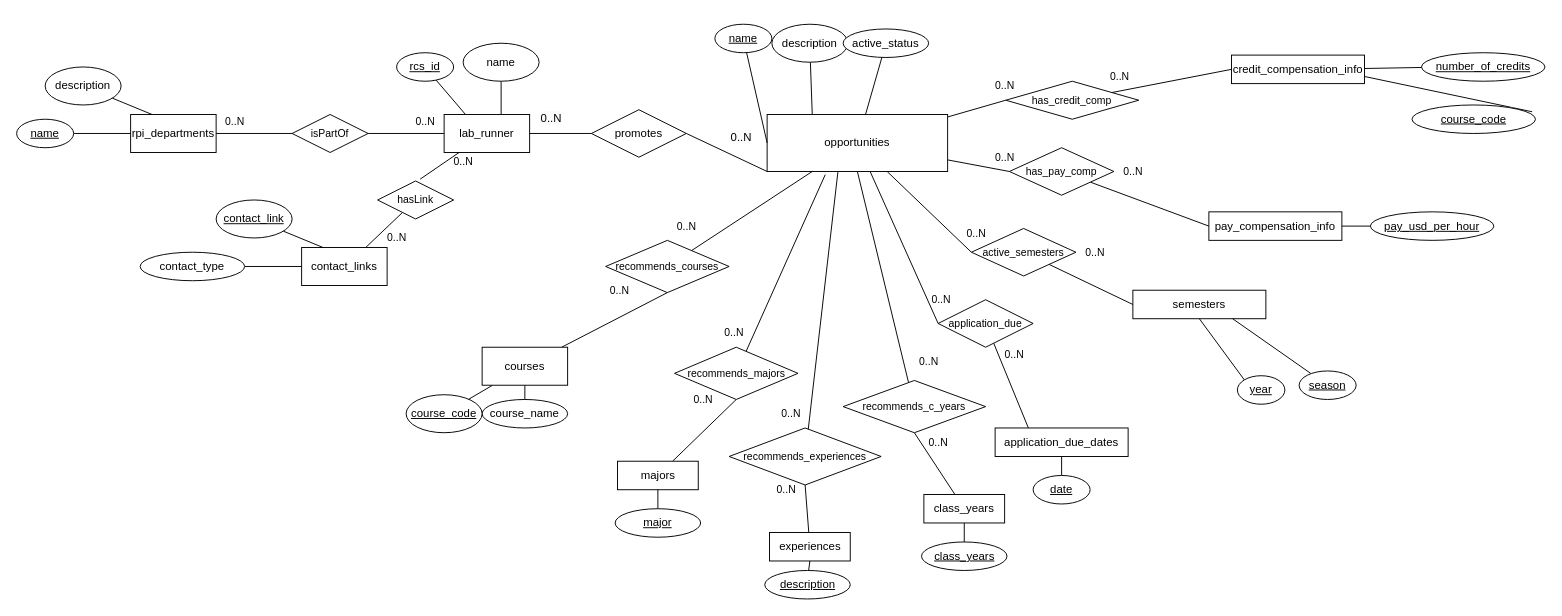
This is docs/database_docs/phase2_erd_sunny.drawio from LabConnect-RCOS/LabConnect-Backend, a draw.io file, before an edit. Source tidied: cells renumbered, new cells numbered last; positions are measured from the earlier drawing's top-left corner, leaving out a move shared by most shapes. Both pictures are drawn from the tidied source at 95%, with x=0, y=0 at pixel (16, 24).
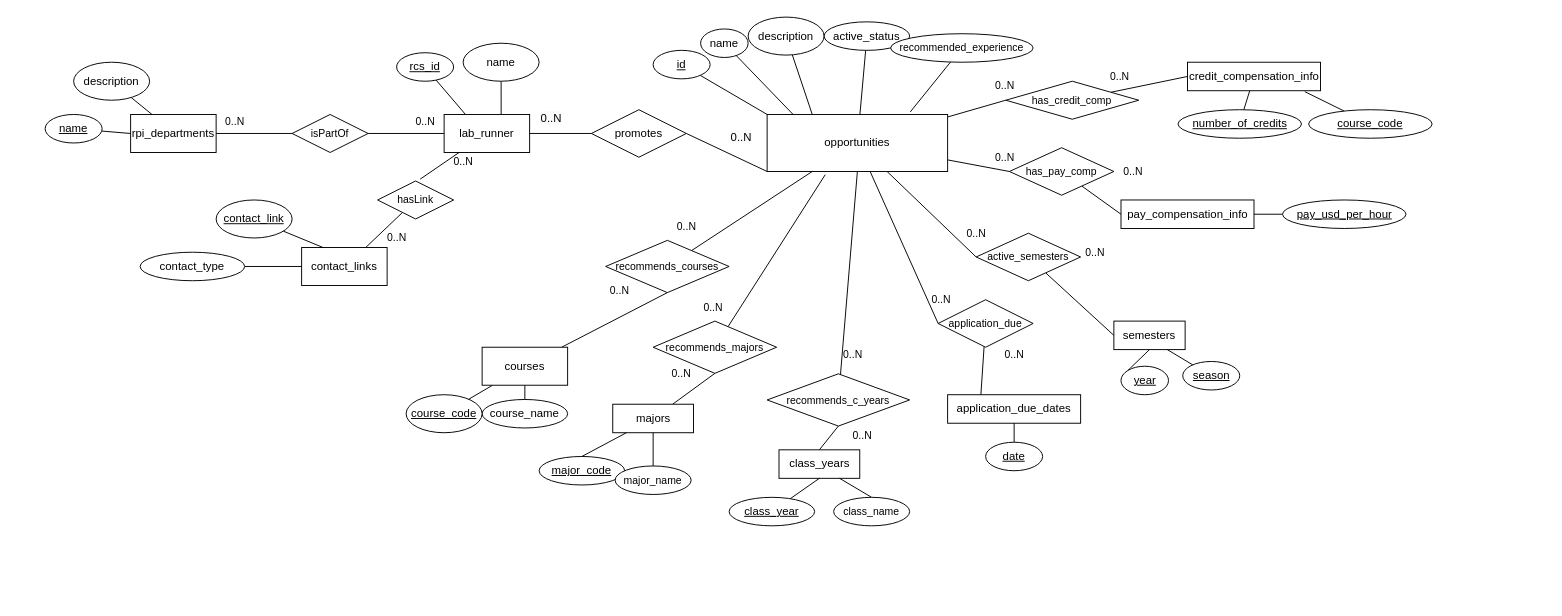
The same diagram, later.

Commit message (it also covers changes not shown here):
Changed schema according to discussion

Unchanged cells that the change refers to:
```xml
<mxCell id="6" value="opportunities" style="rounded=0;whiteSpace=wrap;html=1;" parent="1" vertex="1">
  <mxGeometry x="790" y="95" width="190" height="60" as="geometry" />
</mxCell>
```

Change to the diagram source:
```diff
@@
-    <mxCell id="7" style="rounded=0;jettySize=auto;html=1;entryX=0;entryY=0.5;entryDx=0;entryDy=0;endArrow=none;endFill=0;" parent="1" edge="1" source="8" target="6">
+    <mxCell id="7" style="rounded=0;jettySize=auto;html=1;entryX=0;entryY=0;entryDx=0;entryDy=0;endArrow=none;endFill=0;" parent="1" edge="1" source="8" target="6">
       <mxGeometry relative="1" as="geometry" />
     </mxCell>
-    <mxCell id="8" value="&lt;u&gt;name&lt;/u&gt;" style="ellipse;whiteSpace=wrap;html=1;" parent="1" vertex="1">
-      <mxGeometry x="735" width="60" height="30" as="geometry" />
+    <mxCell id="8" value="&lt;u&gt;id&lt;/u&gt;" style="ellipse;whiteSpace=wrap;html=1;" parent="1" vertex="1">
+      <mxGeometry x="670" y="27.5" width="60" height="30" as="geometry" />
     </mxCell>
@@
     <mxCell id="10" value="description" style="ellipse;whiteSpace=wrap;html=1;" parent="1" vertex="1">
-      <mxGeometry x="795" width="80" height="40" as="geometry" />
+      <mxGeometry x="770" y="-7.5" width="80" height="40" as="geometry" />
     </mxCell>
@@
     <mxCell id="12" value="active_status" style="ellipse;whiteSpace=wrap;html=1;" parent="1" vertex="1">
-      <mxGeometry x="870" y="5" width="90" height="30" as="geometry" />
+      <mxGeometry x="850" y="-2.5" width="90" height="30" as="geometry" />
     </mxCell>
@@
     <mxCell id="15" value="&lt;u&gt;name&lt;/u&gt;" style="ellipse;whiteSpace=wrap;html=1;" parent="1" vertex="1">
-      <mxGeometry y="100" width="60" height="30" as="geometry" />
+      <mxGeometry x="30" y="95" width="60" height="30" as="geometry" />
     </mxCell>
@@
     <mxCell id="17" value="description" style="ellipse;whiteSpace=wrap;html=1;" parent="1" vertex="1">
-      <mxGeometry x="30" y="45" width="80" height="40" as="geometry" />
+      <mxGeometry x="60" y="40" width="80" height="40" as="geometry" />
     </mxCell>
@@
     <mxCell id="33" value="majors" style="rounded=0;whiteSpace=wrap;html=1;" parent="1" vertex="1">
-      <mxGeometry x="632.5" y="460" width="85" height="30" as="geometry" />
+      <mxGeometry x="627.5" y="400" width="85" height="30" as="geometry" />
     </mxCell>
@@
-    <mxCell id="35" value="&lt;u&gt;major&lt;/u&gt;" style="ellipse;whiteSpace=wrap;html=1;" parent="1" vertex="1">
-      <mxGeometry x="630" y="510" width="90" height="30" as="geometry" />
+    <mxCell id="35" value="&lt;u&gt;major_code&lt;/u&gt;" style="ellipse;whiteSpace=wrap;html=1;" parent="1" vertex="1">
+      <mxGeometry x="550" y="455" width="90" height="30" as="geometry" />
     </mxCell>
-    <mxCell id="36" style="edgeStyle=none;shape=connector;rounded=0;jettySize=auto;html=1;entryX=0.5;entryY=1;entryDx=0;entryDy=0;labelBackgroundColor=default;strokeColor=default;align=center;verticalAlign=middle;fontFamily=Helvetica;fontSize=11;fontColor=default;endArrow=none;endFill=0;" parent="1" edge="1" source="37" target="83">
+    <mxCell id="36" style="edgeStyle=none;shape=connector;rounded=0;jettySize=auto;html=1;entryX=0.5;entryY=1;entryDx=0;entryDy=0;labelBackgroundColor=default;strokeColor=default;align=center;verticalAlign=middle;fontFamily=Helvetica;fontSize=11;fontColor=default;endArrow=none;endFill=0;exitX=0.5;exitY=0;exitDx=0;exitDy=0;" parent="1" edge="1" source="37" target="83">
       <mxGeometry relative="1" as="geometry" />
     </mxCell>
     <mxCell id="37" value="class_years" style="rounded=0;whiteSpace=wrap;html=1;" parent="1" vertex="1">
-      <mxGeometry x="955" y="495" width="85" height="30" as="geometry" />
+      <mxGeometry x="802.5" y="448" width="85" height="30" as="geometry" />
     </mxCell>
@@
-    <mxCell id="39" value="&lt;u&gt;class_years&lt;/u&gt;" style="ellipse;whiteSpace=wrap;html=1;" parent="1" vertex="1">
-      <mxGeometry x="952.5" y="545" width="90" height="30" as="geometry" />
+    <mxCell id="39" value="&lt;u&gt;class_year&lt;/u&gt;" style="ellipse;whiteSpace=wrap;html=1;" parent="1" vertex="1">
+      <mxGeometry x="750" y="498" width="90" height="30" as="geometry" />
     </mxCell>
-    <mxCell id="40" style="edgeStyle=none;shape=connector;rounded=0;jettySize=auto;html=1;entryX=0.5;entryY=1;entryDx=0;entryDy=0;labelBackgroundColor=default;strokeColor=default;align=center;verticalAlign=middle;fontFamily=Helvetica;fontSize=11;fontColor=default;endArrow=none;endFill=0;" parent="1" edge="1" source="41" target="81">
-      <mxGeometry relative="1" as="geometry" />
-    </mxCell>
-    <mxCell id="41" value="experiences" style="rounded=0;whiteSpace=wrap;html=1;" parent="1" vertex="1">
-      <mxGeometry x="792.5" y="535" width="85" height="30" as="geometry" />
-    </mxCell>
-    <mxCell id="42" style="rounded=0;jettySize=auto;html=1;entryX=0.5;entryY=1;entryDx=0;entryDy=0;endArrow=none;endFill=0;" parent="1" edge="1" source="43" target="41">
-      <mxGeometry relative="1" as="geometry" />
-    </mxCell>
-    <mxCell id="43" value="&lt;u&gt;description&lt;/u&gt;" style="ellipse;whiteSpace=wrap;html=1;" parent="1" vertex="1">
-      <mxGeometry x="787.5" y="575" width="90" height="30" as="geometry" />
-    </mxCell>
     <mxCell id="44" value="pay_compensation_info" style="rounded=0;whiteSpace=wrap;html=1;" parent="1" vertex="1">
-      <mxGeometry x="1255" y="197.5" width="140" height="30" as="geometry" />
+      <mxGeometry x="1162.5" y="185" width="140" height="30" as="geometry" />
     </mxCell>
@@
     <mxCell id="46" value="&lt;u&gt;pay_usd_per_hour&lt;/u&gt;" style="ellipse;whiteSpace=wrap;html=1;" parent="1" vertex="1">
-      <mxGeometry x="1425" y="197.5" width="130" height="30" as="geometry" />
+      <mxGeometry x="1332.5" y="185" width="130" height="30" as="geometry" />
     </mxCell>
     <mxCell id="47" value="credit_compensation_info" style="rounded=0;whiteSpace=wrap;html=1;" parent="1" vertex="1">
-      <mxGeometry x="1278.8" y="32.5" width="140" height="30" as="geometry" />
+      <mxGeometry x="1232.5" y="40" width="140" height="30" as="geometry" />
     </mxCell>
@@
     <mxCell id="49" value="&lt;u&gt;number_of_credits&lt;/u&gt;" style="ellipse;whiteSpace=wrap;html=1;" parent="1" vertex="1">
-      <mxGeometry x="1478.8" y="30" width="130" height="30" as="geometry" />
+      <mxGeometry x="1222.5" y="90" width="130" height="30" as="geometry" />
     </mxCell>
-    <mxCell id="50" style="rounded=0;jettySize=auto;html=1;entryX=1;entryY=0.75;entryDx=0;entryDy=0;endArrow=none;endFill=0;exitX=0.973;exitY=0.238;exitDx=0;exitDy=0;exitPerimeter=0;" parent="1" edge="1" source="51" target="47">
+    <mxCell id="50" style="rounded=0;jettySize=auto;html=1;entryX=0.882;entryY=1.033;entryDx=0;entryDy=0;endArrow=none;endFill=0;entryPerimeter=0;" parent="1" edge="1" source="51" target="47">
       <mxGeometry relative="1" as="geometry" />
     </mxCell>
     <mxCell id="51" value="&lt;u&gt;course_code&lt;/u&gt;" style="ellipse;whiteSpace=wrap;html=1;" parent="1" vertex="1">
-      <mxGeometry x="1468.8" y="85" width="130" height="30" as="geometry" />
+      <mxGeometry x="1360" y="90" width="130" height="30" as="geometry" />
     </mxCell>
     <mxCell id="52" value="application_due_dates" style="rounded=0;whiteSpace=wrap;html=1;" parent="1" vertex="1">
-      <mxGeometry x="1030" y="425" width="140" height="30" as="geometry" />
+      <mxGeometry x="980" y="390" width="140" height="30" as="geometry" />
     </mxCell>
@@
     <mxCell id="54" value="semesters" style="rounded=0;whiteSpace=wrap;html=1;" parent="1" vertex="1">
-      <mxGeometry x="1175" y="280" width="140" height="30" as="geometry" />
+      <mxGeometry x="1155" y="312.5" width="75" height="30" as="geometry" />
     </mxCell>
@@
     <mxCell id="56" value="&lt;u&gt;season&lt;/u&gt;" style="ellipse;whiteSpace=wrap;html=1;" parent="1" vertex="1">
-      <mxGeometry x="1350" y="365" width="60" height="30" as="geometry" />
+      <mxGeometry x="1227.5" y="355" width="60" height="30" as="geometry" />
     </mxCell>
@@
     <mxCell id="58" value="&lt;u&gt;year&lt;/u&gt;" style="ellipse;whiteSpace=wrap;html=1;" parent="1" vertex="1">
-      <mxGeometry x="1285" y="370" width="50" height="30" as="geometry" />
+      <mxGeometry x="1162.5" y="360" width="50" height="30" as="geometry" />
     </mxCell>
@@
     <mxCell id="77" value="recommends_majors" style="rhombus;whiteSpace=wrap;html=1;fontFamily=Helvetica;fontSize=11;fontColor=default;" parent="1" vertex="1">
-      <mxGeometry x="692.5" y="340" width="130" height="55" as="geometry" />
+      <mxGeometry x="670" y="312.5" width="130" height="55" as="geometry" />
     </mxCell>
@@
-    <mxCell id="81" value="recommends_experiences" style="rhombus;whiteSpace=wrap;html=1;fontFamily=Helvetica;fontSize=11;fontColor=default;" parent="1" vertex="1">
-      <mxGeometry x="750" y="425" width="160" height="60" as="geometry" />
-    </mxCell>
@@
     <mxCell id="83" value="recommends_c_years" style="rhombus;whiteSpace=wrap;html=1;fontFamily=Helvetica;fontSize=11;fontColor=default;" parent="1" vertex="1">
-      <mxGeometry x="870" y="375" width="150" height="55" as="geometry" />
+      <mxGeometry x="790" y="368" width="150" height="55" as="geometry" />
     </mxCell>
     <mxCell id="84" style="rounded=0;jettySize=auto;html=1;entryX=0.5;entryY=1;entryDx=0;entryDy=0;endArrow=none;endFill=0;" parent="1" edge="1" target="85">
       <mxGeometry relative="1" as="geometry">
-        <mxPoint x="1100" y="500" as="sourcePoint" />
+        <mxPoint x="1050" y="465" as="sourcePoint" />
       </mxGeometry>
     </mxCell>
     <mxCell id="85" value="&lt;u&gt;date&lt;/u&gt;" style="ellipse;whiteSpace=wrap;html=1;" parent="1" vertex="1">
-      <mxGeometry x="1070" y="475" width="60" height="30" as="geometry" />
+      <mxGeometry x="1020" y="440" width="60" height="30" as="geometry" />
     </mxCell>
-    <mxCell id="86" style="edgeStyle=none;shape=connector;rounded=0;jettySize=auto;html=1;entryX=0.392;entryY=1.011;entryDx=0;entryDy=0;entryPerimeter=0;labelBackgroundColor=default;strokeColor=default;align=center;verticalAlign=middle;fontFamily=Helvetica;fontSize=11;fontColor=default;endArrow=none;endFill=0;" parent="1" edge="1" source="81" target="6">
-      <mxGeometry relative="1" as="geometry" />
-    </mxCell>
@@
     <mxCell id="90" value="active_semesters" style="rhombus;whiteSpace=wrap;html=1;fontFamily=Helvetica;fontSize=11;fontColor=default;" parent="1" vertex="1">
-      <mxGeometry x="1005" y="215" width="110" height="50" as="geometry" />
+      <mxGeometry x="1010" y="220" width="110" height="50" as="geometry" />
     </mxCell>
@@
     <mxCell id="97" value="0..N" style="text;html=1;strokeColor=none;fillColor=none;align=center;verticalAlign=middle;whiteSpace=wrap;rounded=0;fontSize=11;fontFamily=Helvetica;fontColor=default;" parent="1" vertex="1">
-      <mxGeometry x="692.5" y="380" width="60" height="30" as="geometry" />
+      <mxGeometry x="670" y="352.5" width="60" height="30" as="geometry" />
     </mxCell>
     <mxCell id="98" value="0..N" style="text;html=1;align=center;verticalAlign=middle;strokeColor=none;fillColor=none;fontSize=11;fontFamily=Helvetica;fontColor=default;" parent="1" vertex="1">
-      <mxGeometry x="735" y="310" width="40" height="30" as="geometry" />
+      <mxGeometry x="712.5" y="282.5" width="40" height="30" as="geometry" />
     </mxCell>
-    <mxCell id="99" value="0..N" style="text;html=1;align=center;verticalAlign=middle;strokeColor=none;fillColor=none;fontSize=11;fontFamily=Helvetica;fontColor=default;" parent="1" vertex="1">
-      <mxGeometry x="790" y="475" width="40" height="30" as="geometry" />
-    </mxCell>
-    <mxCell id="100" value="0..N" style="text;html=1;align=center;verticalAlign=middle;strokeColor=none;fillColor=none;fontSize=11;fontFamily=Helvetica;fontColor=default;" parent="1" vertex="1">
-      <mxGeometry x="795" y="395" width="40" height="30" as="geometry" />
-    </mxCell>
     <mxCell id="101" value="0..N" style="text;html=1;align=center;verticalAlign=middle;strokeColor=none;fillColor=none;fontSize=11;fontFamily=Helvetica;fontColor=default;" parent="1" vertex="1">
-      <mxGeometry x="950" y="425" width="40" height="30" as="geometry" />
+      <mxGeometry x="870" y="418" width="40" height="30" as="geometry" />
     </mxCell>
     <mxCell id="102" value="0..N" style="text;html=1;align=center;verticalAlign=middle;strokeColor=none;fillColor=none;fontSize=11;fontFamily=Helvetica;fontColor=default;" parent="1" vertex="1">
-      <mxGeometry x="940" y="340" width="40" height="30" as="geometry" />
+      <mxGeometry x="860" y="333" width="40" height="30" as="geometry" />
     </mxCell>
@@
+    <mxCell id="111" value="name" style="ellipse;whiteSpace=wrap;html=1;" parent="1" vertex="1">
+      <mxGeometry x="720" y="5" width="50" height="30" as="geometry" />
+    </mxCell>
+    <mxCell id="112" style="rounded=0;jettySize=auto;html=1;entryX=0.144;entryY=0;entryDx=0;entryDy=0;entryPerimeter=0;endArrow=none;endFill=0;" parent="1" edge="1" source="111" target="6">
+      <mxGeometry relative="1" as="geometry" />
+    </mxCell>
+    <mxCell id="113" value="recommended_experience" style="ellipse;whiteSpace=wrap;html=1;fontFamily=Helvetica;fontSize=11;fontColor=default;" parent="1" vertex="1">
+      <mxGeometry x="920" y="10" width="150" height="30" as="geometry" />
+    </mxCell>
+    <mxCell id="114" style="edgeStyle=none;shape=connector;rounded=0;jettySize=auto;html=1;entryX=0.793;entryY=-0.044;entryDx=0;entryDy=0;entryPerimeter=0;labelBackgroundColor=default;strokeColor=default;align=center;verticalAlign=middle;fontFamily=Helvetica;fontSize=11;fontColor=default;endArrow=none;endFill=0;" parent="1" edge="1" source="113" target="6">
+      <mxGeometry relative="1" as="geometry" />
+    </mxCell>
+    <mxCell id="115" style="edgeStyle=none;shape=connector;rounded=0;jettySize=auto;html=1;labelBackgroundColor=default;strokeColor=default;align=center;verticalAlign=middle;fontFamily=Helvetica;fontSize=11;fontColor=default;endArrow=none;endFill=0;entryX=0.5;entryY=1;entryDx=0;entryDy=0;" parent="1" edge="1" source="116" target="33">
+      <mxGeometry relative="1" as="geometry" />
+    </mxCell>
+    <mxCell id="116" value="major_name" style="ellipse;whiteSpace=wrap;html=1;fontFamily=Helvetica;fontSize=11;fontColor=default;" parent="1" vertex="1">
+      <mxGeometry x="630" y="465" width="80" height="30" as="geometry" />
+    </mxCell>
+    <mxCell id="117" style="edgeStyle=none;jettySize=auto;html=1;rounded=0;labelBackgroundColor=default;strokeColor=default;align=center;verticalAlign=middle;fontFamily=Helvetica;fontSize=11;fontColor=default;endArrow=none;endFill=0;shape=connector;entryX=0.5;entryY=0;entryDx=0;entryDy=0;exitX=0.75;exitY=1;exitDx=0;exitDy=0;" parent="1" edge="1" source="37" target="118">
+      <mxGeometry relative="1" as="geometry" />
+    </mxCell>
+    <mxCell id="118" value="class_name" style="ellipse;whiteSpace=wrap;html=1;fontFamily=Helvetica;fontSize=11;fontColor=default;" parent="1" vertex="1">
+      <mxGeometry x="860" y="498" width="80" height="30" as="geometry" />
+    </mxCell>
```
